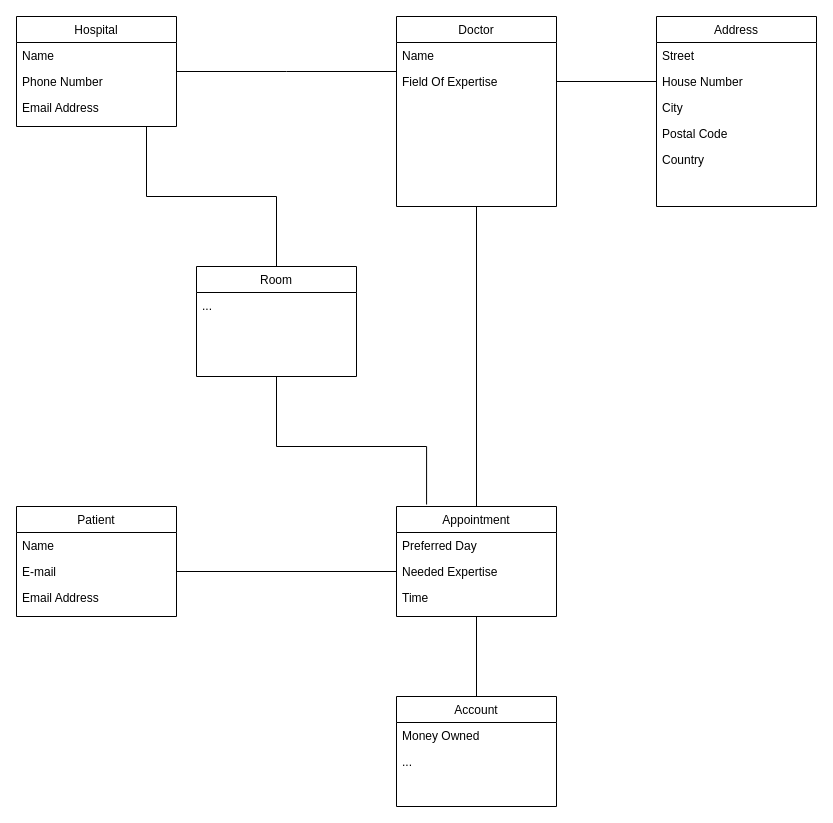
Above: domain-model.drawio in UcllDistributedApplications2324/DemoServiceDesign (draw.io), before the change. Source tidied: cells renumbered, new cells numbered last; positions are measured from the earlier drawing's top-left corner, leaving out a move shared by most shapes. Both pictures are drawn from the tidied source at 100%, with x=0, y=0 at pixel (16, 16).
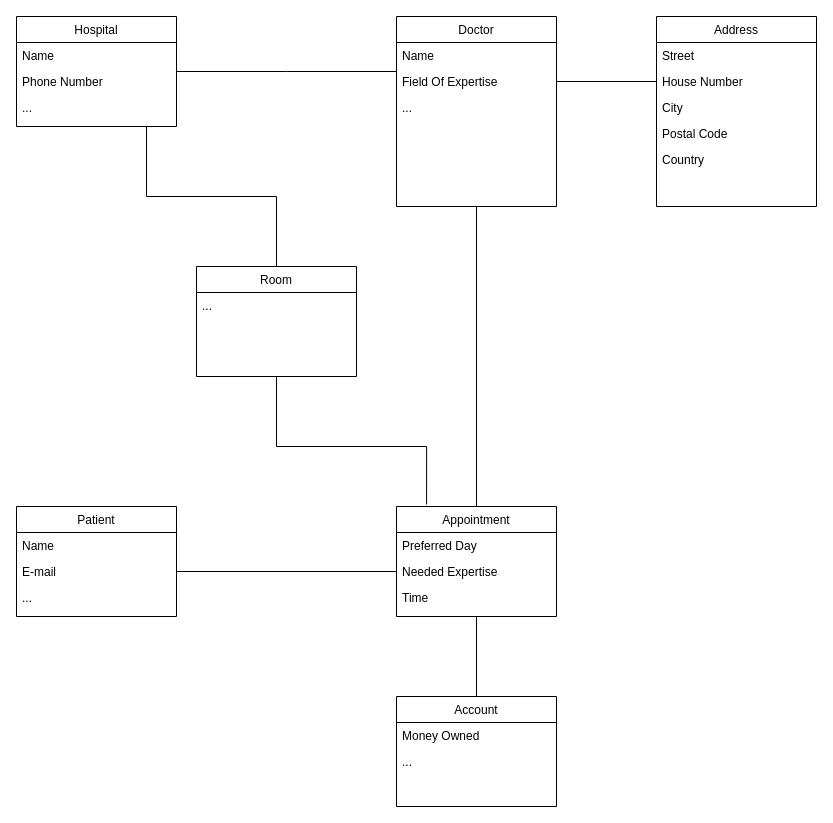
The same page after the edit.

Unchanged cells that the change refers to:
```xml
<mxCell id="3" value="Hospital" style="swimlane;fontStyle=0;align=center;verticalAlign=top;horizontal=1;startSize=26;rounded=0;shadow=0;strokeWidth=1;" parent="1" vertex="1">
  <mxGeometry width="160" height="110" as="geometry" />
</mxCell>
<mxCell id="8" value="Doctor" style="swimlane;fontStyle=0;align=center;verticalAlign=top;horizontal=1;startSize=26;rounded=0;shadow=0;strokeWidth=1;" parent="1" vertex="1">
  <mxGeometry x="380" width="160" height="190" as="geometry" />
</mxCell>
<mxCell id="12" value="Patient" style="swimlane;fontStyle=0;align=center;verticalAlign=top;horizontal=1;startSize=26;rounded=0;shadow=0;strokeWidth=1;" parent="1" vertex="1">
  <mxGeometry y="490" width="160" height="110" as="geometry" />
</mxCell>
```

Diff of the diagram source:
```diff
@@
-    <mxCell id="6" value="Email Address" style="text;align=left;verticalAlign=top;spacingLeft=4;spacingRight=4;overflow=hidden;rounded=0;shadow=0;html=0;" parent="3" vertex="1">
+    <mxCell id="6" value="..." style="text;align=left;verticalAlign=top;spacingLeft=4;spacingRight=4;overflow=hidden;rounded=0;shadow=0;html=0;" parent="3" vertex="1">
       <mxGeometry y="78" width="160" height="26" as="geometry" />
     </mxCell>
@@
+    <mxCell id="35" value="..." style="text;align=left;verticalAlign=top;spacingLeft=4;spacingRight=4;overflow=hidden;rounded=0;shadow=0;html=0;" parent="8" vertex="1">
+      <mxGeometry y="78" width="160" height="26" as="geometry" />
+    </mxCell>
@@
-    <mxCell id="15" value="Email Address" style="text;align=left;verticalAlign=top;spacingLeft=4;spacingRight=4;overflow=hidden;rounded=0;shadow=0;html=0;" parent="12" vertex="1">
+    <mxCell id="15" value="..." style="text;align=left;verticalAlign=top;spacingLeft=4;spacingRight=4;overflow=hidden;rounded=0;shadow=0;html=0;" parent="12" vertex="1">
       <mxGeometry y="78" width="160" height="26" as="geometry" />
     </mxCell>
```
